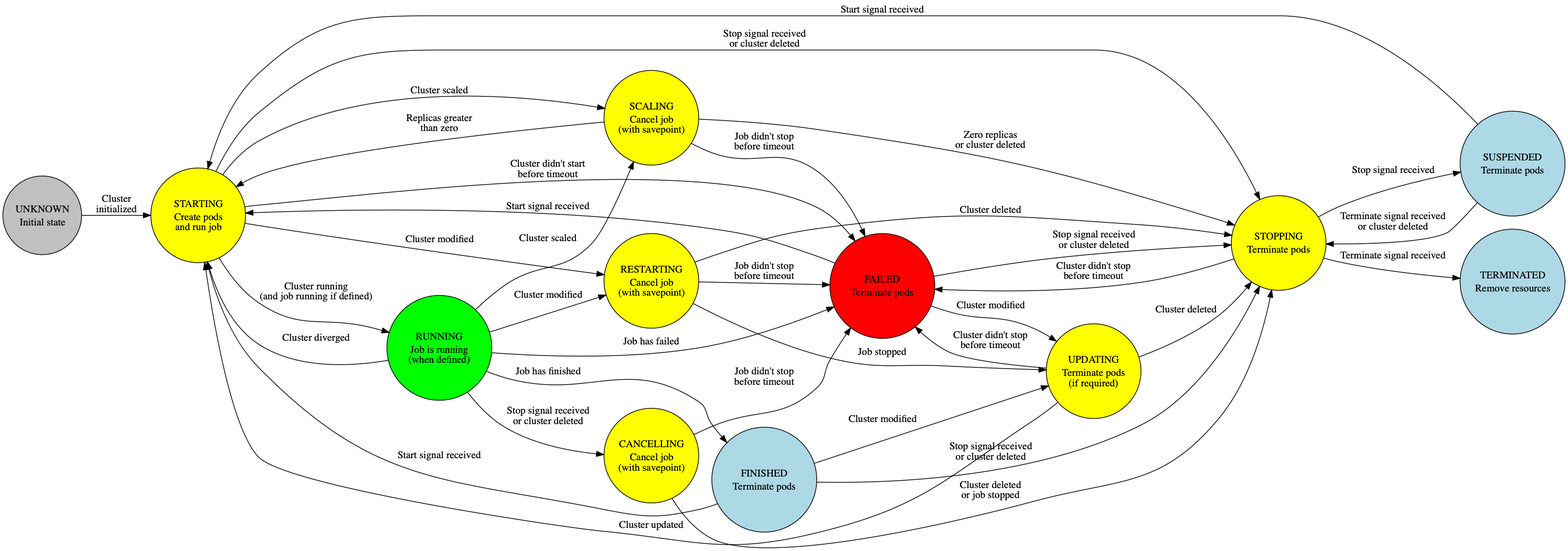
The Graphviz diagram graphs/flink-cluster.png in nextbreakpoint/flink-k8s-toolbox, before a commit. Its source is kept beside it as graphs/flink-cluster.dot.
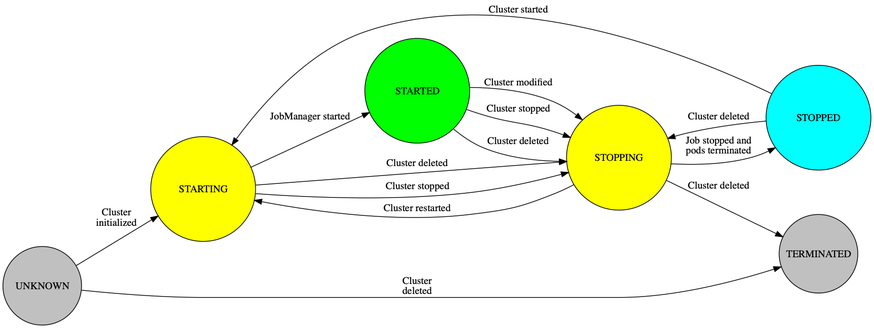
After the change.

The edit, as a diff of the source:
```diff
@@ -11,234 +11,87 @@
           </TR>
       </TABLE>
   > ];
-  STARTING -> FAILED [ label = <
+  UNKNOWN -> TERMINATED [ label = <
       <TABLE ALIGN="LEFT" BORDER="0" CELLBORDER="0" CELLSPACING="0">
           <TR>
-              <TD>Cluster didn't start<BR/>before timeout</TD>
+              <TD>Cluster<BR/>deleted</TD>
+          </TR>
+      </TABLE>
+  > ];
+  STARTING -> STARTED [ label = <
+      <TABLE ALIGN="LEFT" BORDER="0" CELLBORDER="0" CELLSPACING="0">
+          <TR>
+              <TD>JobManager started</TD>
           </TR>
       </TABLE>
   > ];
   STARTING -> STOPPING [ label = <
       <TABLE ALIGN="LEFT" BORDER="0" CELLBORDER="0" CELLSPACING="0">
           <TR>
-              <TD>Stop signal received<BR/>or cluster deleted</TD>
+              <TD>Cluster deleted</TD>
           </TR>
       </TABLE>
   > ];
-  STARTING -> RESTARTING [ label = <
+  STARTING -> STOPPING [ label = <
+      <TABLE ALIGN="LEFT" BORDER="0" CELLBORDER="0" CELLSPACING="0">
+          <TR>
+              <TD>Cluster stopped</TD>
+          </TR>
+      </TABLE>
+  > ];
+  STARTED -> STOPPING [ label = <
+      <TABLE ALIGN="LEFT" BORDER="0" CELLBORDER="0" CELLSPACING="0">
+          <TR>
+              <TD>Cluster stopped</TD>
+          </TR>
+      </TABLE>
+  > ];
+  STARTED -> STOPPING [ label = <
+      <TABLE ALIGN="LEFT" BORDER="0" CELLBORDER="0" CELLSPACING="0">
+          <TR>
+              <TD>Cluster deleted</TD>
+          </TR>
+      </TABLE>
+  > ];
+  STARTED -> STOPPING [ label = <
       <TABLE ALIGN="LEFT" BORDER="0" CELLBORDER="0" CELLSPACING="0">
           <TR>
               <TD>Cluster modified</TD>
           </TR>
       </TABLE>
   > ];
-  STARTING -> SCALING [ label = <
+  STOPPING -> STOPPED [ label = <
       <TABLE ALIGN="LEFT" BORDER="0" CELLBORDER="0" CELLSPACING="0">
           <TR>
-              <TD>Cluster scaled</TD>
+              <TD>Job stopped and<BR/>pods terminated</TD>
           </TR>
       </TABLE>
   > ];
-  STARTING -> RUNNING [ label = <
+  STOPPING -> STARTING [ label = <
       <TABLE ALIGN="LEFT" BORDER="0" CELLBORDER="0" CELLSPACING="0">
           <TR>
-              <TD>Cluster running<BR/>(and job running if defined)</TD>
+              <TD>Cluster restarted</TD>
           </TR>
       </TABLE>
   > ];
-  RUNNING -> STARTING [ label = <
-      <TABLE ALIGN="LEFT" BORDER="0" CELLBORDER="0" CELLSPACING="0">
-          <TR>
-              <TD>Cluster diverged</TD>
-          </TR>
-      </TABLE>
-  > ];
-  RUNNING -> RESTARTING [ label = <
-      <TABLE ALIGN="LEFT" BORDER="0" CELLBORDER="0" CELLSPACING="0">
-          <TR>
-              <TD>Cluster modified</TD>
-          </TR>
-      </TABLE>
-  > ];
-  RUNNING -> SCALING [ label = <
-      <TABLE ALIGN="LEFT" BORDER="0" CELLBORDER="0" CELLSPACING="0">
-          <TR>
-              <TD>Cluster scaled</TD>
-          </TR>
-      </TABLE>
-  > ];
-  RUNNING -> FAILED [ label = <
-      <TABLE ALIGN="LEFT" BORDER="0" CELLBORDER="0" CELLSPACING="0">
-          <TR>
-              <TD>Job has failed</TD>
-          </TR>
-      </TABLE>
-  > ];
-  RUNNING -> FINISHED [ label = <
-      <TABLE ALIGN="LEFT" BORDER="0" CELLBORDER="0" CELLSPACING="0">
-          <TR>
-              <TD>Job has finished</TD>
-          </TR>
-      </TABLE>
-  > ];
-  RUNNING -> CANCELLING [ label = <
-      <TABLE ALIGN="LEFT" BORDER="0" CELLBORDER="0" CELLSPACING="0">
-          <TR>
-              <TD>Stop signal received<BR/>or cluster deleted</TD>
-          </TR>
-      </TABLE>
-  > ];
-  RESTARTING -> FAILED [ label = <
-      <TABLE ALIGN="LEFT" BORDER="0" CELLBORDER="0" CELLSPACING="0">
-          <TR>
-              <TD>Job didn't stop<BR/>before timeout</TD>
-          </TR>
-      </TABLE>
-  > ];
-  RESTARTING -> STOPPING [ label = <
+  STOPPING -> TERMINATED [ label = <
       <TABLE ALIGN="LEFT" BORDER="0" CELLBORDER="0" CELLSPACING="0">
           <TR>
               <TD>Cluster deleted</TD>
           </TR>
       </TABLE>
   > ];
-  RESTARTING -> UPDATING [ label = <
+  STOPPED -> STARTING [ label = <
       <TABLE ALIGN="LEFT" BORDER="0" CELLBORDER="0" CELLSPACING="0">
           <TR>
-              <TD>Job stopped</TD>
+              <TD>Cluster started</TD>
           </TR>
       </TABLE>
   > ];
-  UPDATING -> FAILED [ label = <
-      <TABLE ALIGN="LEFT" BORDER="0" CELLBORDER="0" CELLSPACING="0">
-          <TR>
-              <TD>Cluster didn't stop<BR/>before timeout</TD>
-          </TR>
-      </TABLE>
-  > ];
-  UPDATING -> STOPPING [ label = <
+  STOPPED -> STOPPING [ label = <
       <TABLE ALIGN="LEFT" BORDER="0" CELLBORDER="0" CELLSPACING="0">
           <TR>
               <TD>Cluster deleted</TD>
-          </TR>
-      </TABLE>
-  > ];
-  UPDATING -> STARTING [ label = <
-      <TABLE ALIGN="LEFT" BORDER="0" CELLBORDER="0" CELLSPACING="0">
-          <TR>
-              <TD>Cluster updated</TD>
-          </TR>
-      </TABLE>
-  > ];
-  SCALING -> FAILED [ label = <
-      <TABLE ALIGN="LEFT" BORDER="0" CELLBORDER="0" CELLSPACING="0">
-          <TR>
-              <TD>Job didn't stop<BR/>before timeout</TD>
-          </TR>
-      </TABLE>
-  > ];
-  SCALING -> STARTING [ label = <
-      <TABLE ALIGN="LEFT" BORDER="0" CELLBORDER="0" CELLSPACING="0">
-          <TR>
-              <TD>Replicas greater<BR/>than zero</TD>
-          </TR>
-      </TABLE>
-  > ];
-  SCALING -> STOPPING [ label = <
-      <TABLE ALIGN="LEFT" BORDER="0" CELLBORDER="0" CELLSPACING="0">
-          <TR>
-              <TD>Zero replicas<BR/>or cluster deleted</TD>
-          </TR>
-      </TABLE>
-  > ];
-  STOPPING -> FAILED [ label = <
-      <TABLE ALIGN="LEFT" BORDER="0" CELLBORDER="0" CELLSPACING="0">
-          <TR>
-              <TD>Cluster didn't stop<BR/>before timeout</TD>
-          </TR>
-      </TABLE>
-  > ];
-  STOPPING -> SUSPENDED [ label = <
-      <TABLE ALIGN="LEFT" BORDER="0" CELLBORDER="0" CELLSPACING="0">
-          <TR>
-              <TD>Stop signal received</TD>
-          </TR>
-      </TABLE>
-  > ];
-  STOPPING -> TERMINATED [ label = <
-      <TABLE ALIGN="LEFT" BORDER="0" CELLBORDER="0" CELLSPACING="0">
-          <TR>
-              <TD>Terminate signal received</TD>
-          </TR>
-      </TABLE>
-  > ];
-  CANCELLING -> FAILED [ label = <
-      <TABLE ALIGN="LEFT" BORDER="0" CELLBORDER="0" CELLSPACING="0">
-          <TR>
-              <TD>Job didn't stop<BR/>before timeout</TD>
-          </TR>
-      </TABLE>
-  > ];
-  CANCELLING -> STOPPING [ label = <
-      <TABLE ALIGN="LEFT" BORDER="0" CELLBORDER="0" CELLSPACING="0">
-          <TR>
-              <TD>Cluster deleted<BR/>or job stopped</TD>
-          </TR>
-      </TABLE>
-  > ];
-  SUSPENDED -> STARTING [ label = <
-      <TABLE ALIGN="LEFT" BORDER="0" CELLBORDER="0" CELLSPACING="0">
-          <TR>
-              <TD>Start signal received</TD>
-          </TR>
-      </TABLE>
-  > ];
-  SUSPENDED -> STOPPING [ label = <
-      <TABLE ALIGN="LEFT" BORDER="0" CELLBORDER="0" CELLSPACING="0">
-          <TR>
-              <TD>Terminate signal received<BR/>or cluster deleted</TD>
-          </TR>
-      </TABLE>
-  > ];
-  FAILED -> STOPPING [ label = <
-      <TABLE ALIGN="LEFT" BORDER="0" CELLBORDER="0" CELLSPACING="0">
-          <TR>
-              <TD>Stop signal received<BR/>or cluster deleted</TD>
-          </TR>
-      </TABLE>
-  > ];
-  FAILED -> STARTING [ label = <
-      <TABLE ALIGN="LEFT" BORDER="0" CELLBORDER="0" CELLSPACING="0">
-          <TR>
-              <TD>Start signal received</TD>
-          </TR>
-      </TABLE>
-  > ];
-  FAILED -> UPDATING [ label = <
-      <TABLE ALIGN="LEFT" BORDER="0" CELLBORDER="0" CELLSPACING="0">
-          <TR>
-              <TD>Cluster modified</TD>
-          </TR>
-      </TABLE>
-  > ];
-  FINISHED -> STOPPING [ label = <
-      <TABLE ALIGN="LEFT" BORDER="0" CELLBORDER="0" CELLSPACING="0">
-          <TR>
-              <TD>Stop signal received<BR/>or cluster deleted</TD>
-          </TR>
-      </TABLE>
-  > ];
-  FINISHED -> STARTING [ label = <
-      <TABLE ALIGN="LEFT" BORDER="0" CELLBORDER="0" CELLSPACING="0">
-          <TR>
-              <TD>Start signal received</TD>
-          </TR>
-      </TABLE>
-  > ];
-  FINISHED -> UPDATING [ label = <
-      <TABLE ALIGN="LEFT" BORDER="0" CELLBORDER="0" CELLSPACING="0">
-          <TR>
-              <TD>Cluster modified</TD>
           </TR>
       </TABLE>
   > ];
@@ -247,118 +100,40 @@
           <TR>
               <TD>UNKNOWN</TD>
           </TR>
-          <TR>
-              <TD>Initial state</TD>
-          </TR>
       </TABLE>
   > ];
-  CANCELLING [ fillcolor=yellow ] [ label = <
+  STARTING [ fillcolor=yellow width=2.0 ] [ label = <
+       <TABLE ALIGN="LEFT" BORDER="0" CELLBORDER="0" CELLSPACING="0">
+           <TR>
+               <TD>STARTING</TD>
+           </TR>
+       </TABLE>
+     > ];
+  STARTED [ fillcolor=green width=2.0 ] [ label = <
     <TABLE ALIGN="LEFT" BORDER="0" CELLBORDER="0" CELLSPACING="0">
         <TR>
-            <TD>CANCELLING</TD>
-        </TR>
-        <TR>
-            <TD>Cancel job<BR/>(with savepoint)</TD>
+            <TD>STARTED</TD>
         </TR>
     </TABLE>
   > ];
-  RESTARTING [ fillcolor=yellow ] [ label = <
+  STOPPING [ fillcolor=yellow width=2.0 ] [ label = <
+    <TABLE ALIGN="LEFT" BORDER="0" CELLBORDER="0" CELLSPACING="0">
+        <TR>
+            <TD>STOPPING</TD>
+        </TR>
+    </TABLE>
+  > ];
+  STOPPED [ fillcolor=cyan width=2.0 ] [ label = <
      <TABLE ALIGN="LEFT" BORDER="0" CELLBORDER="0" CELLSPACING="0">
          <TR>
-             <TD>RESTARTING</TD>
-         </TR>
-         <TR>
-             <TD>Cancel job<BR/>(with savepoint)</TD>
+             <TD>STOPPED</TD>
          </TR>
      </TABLE>
     > ];
-  STOPPING [ fillcolor=yellow ] [ label = <
-       <TABLE ALIGN="LEFT" BORDER="0" CELLBORDER="0" CELLSPACING="0">
-           <TR>
-               <TD>STOPPING</TD>
-           </TR>
-           <TR>
-               <TD>Terminate pods</TD>
-           </TR>
-       </TABLE>
-     > ];
-  STARTING [ fillcolor=yellow ] [ label = <
-      <TABLE ALIGN="LEFT" BORDER="0" CELLBORDER="0" CELLSPACING="0">
-          <TR>
-              <TD>STARTING</TD>
-          </TR>
-          <TR>
-              <TD>Create pods<BR/>and run job</TD>
-          </TR>
-      </TABLE>
-    > ];
-  UPDATING [ fillcolor=yellow ] [ label = <
-     <TABLE ALIGN="LEFT" BORDER="0" CELLBORDER="0" CELLSPACING="0">
-         <TR>
-             <TD>UPDATING</TD>
-         </TR>
-         <TR>
-             <TD>Terminate pods<BR/>(if required)</TD>
-         </TR>
-     </TABLE>
-   > ];
-  SCALING [ fillcolor=yellow ] [ label = <
-       <TABLE ALIGN="LEFT" BORDER="0" CELLBORDER="0" CELLSPACING="0">
-           <TR>
-               <TD>SCALING</TD>
-           </TR>
-           <TR>
-             <TD>Cancel job<BR/>(with savepoint)</TD>
-           </TR>
-       </TABLE>
-     > ];
-  RUNNING [ fillcolor=green width=2.0 ] [ label = <
-       <TABLE ALIGN="LEFT" BORDER="0" CELLBORDER="0" CELLSPACING="0">
-           <TR>
-               <TD>RUNNING</TD>
-           </TR>
-           <TR>
-               <TD>Job is running<BR/>(when defined)</TD>
-           </TR>
-       </TABLE>
-     > ];
-  FINISHED [ fillcolor=lightblue width=2.0 ] [ label = <
-    <TABLE ALIGN="LEFT" BORDER="0" CELLBORDER="0" CELLSPACING="0">
-        <TR>
-            <TD>FINISHED</TD>
-        </TR>
-        <TR>
-            <TD>Terminate pods</TD>
-        </TR>
-    </TABLE>
-  > ];
-  FAILED [ fillcolor=red width=2.0 ] [ label = <
-    <TABLE ALIGN="LEFT" BORDER="0" CELLBORDER="0" CELLSPACING="0">
-        <TR>
-            <TD>FAILED</TD>
-        </TR>
-        <TR>
-            <TD>Terminate pods</TD>
-        </TR>
-    </TABLE>
-  > ];
-  SUSPENDED [ fillcolor=lightblue width=2.0 ] [ label = <
-     <TABLE ALIGN="LEFT" BORDER="0" CELLBORDER="0" CELLSPACING="0">
-         <TR>
-             <TD>SUSPENDED</TD>
-         </TR>
-         <TR>
-             <TD>Terminate pods</TD>
-         </TR>
-     </TABLE>
-    > ];
-  TERMINATED [ fillcolor=lightblue width=2.0 ] [ label = <
+  TERMINATED [ fillcolor=grey width=1.5 ] [ label = <
        <TABLE ALIGN="LEFT" BORDER="0" CELLBORDER="0" CELLSPACING="0">
            <TR>
                <TD>TERMINATED</TD>
-           </TR>
-           <TR>
-               <TD>Remove resources</TD>
            </TR>
        </TABLE>
       > ];
```
